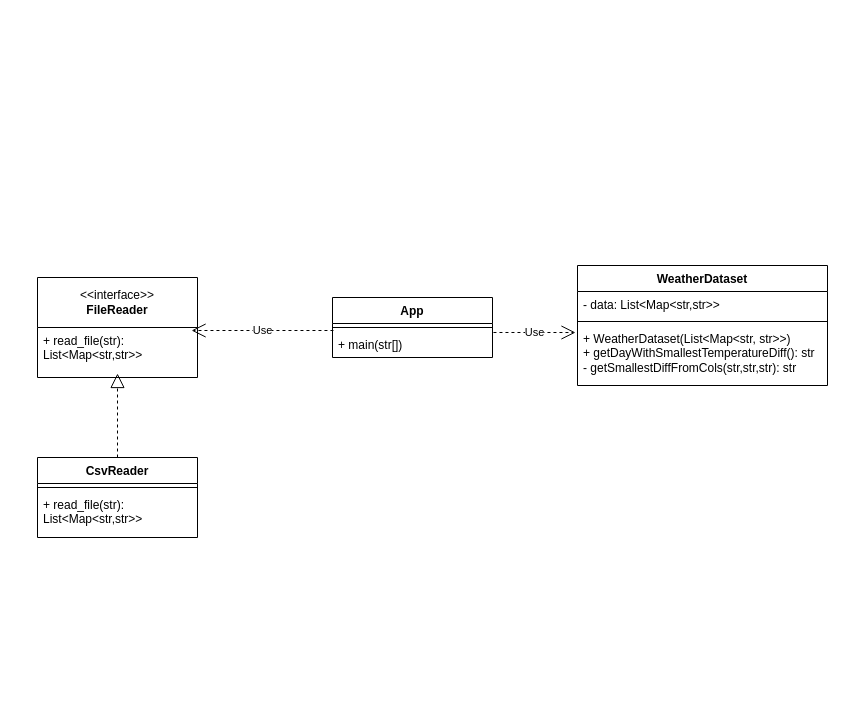
Earlier version of the draw.io diagram Architecture.drawio (Schall18/programming-challenge). Source tidied: cells renumbered, new cells numbered last; positions are measured from the earlier drawing's top-left corner, leaving out a move shared by most shapes. Both pictures are drawn from the tidied source at 100%, with x=0, y=0 at pixel (37, 265).
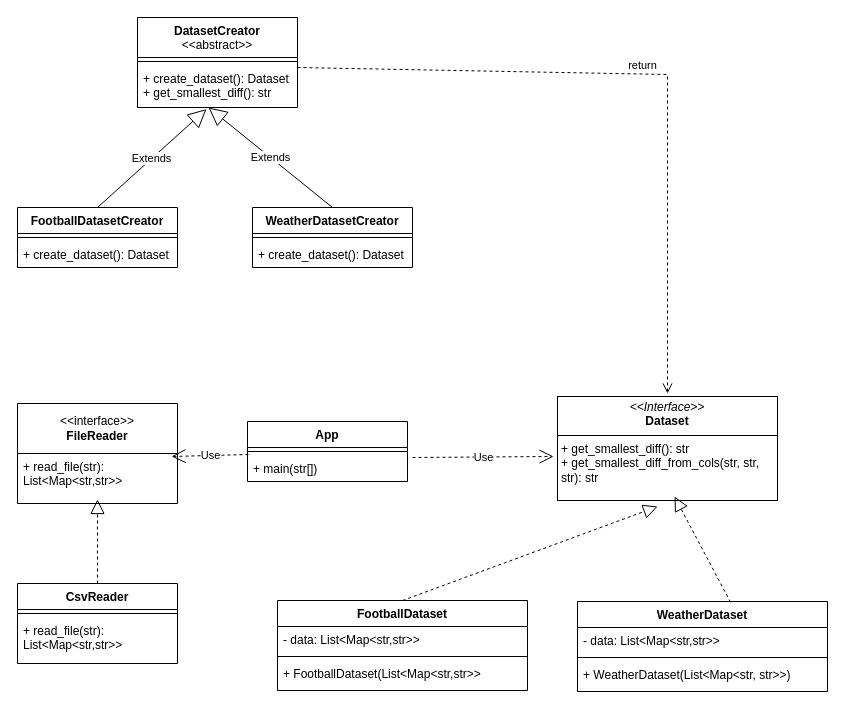
The same diagram, later.

Commit message (it also covers changes not shown here):
doc(football): create architecture diagram for new requirements

The change refers to these unchanged cells:
```xml
<mxCell id="4" value="+ main(str[])" style="text;strokeColor=none;fillColor=none;align=left;verticalAlign=top;spacingLeft=4;spacingRight=4;overflow=hidden;points=[[0,0.5],[1,0.5]];portConstraint=eastwest;whiteSpace=wrap;html=1;" parent="2" vertex="1">
  <mxGeometry y="34" width="160" height="26" as="geometry" />
</mxCell>
```

Change to the diagram source:
```diff
@@
     <mxCell id="2" value="App" style="swimlane;fontStyle=1;align=center;verticalAlign=top;horizontal=1;startSize=26;whiteSpace=wrap;html=1;" parent="1" vertex="1">
-      <mxGeometry x="295" y="32" width="160" height="60" as="geometry" />
+      <mxGeometry x="210" y="156" width="160" height="60" as="geometry" />
     </mxCell>
@@
-    <mxCell id="5" value="Use" style="endArrow=open;endSize=12;dashed=1;html=1;rounded=0;exitX=1.006;exitY=0.038;exitDx=0;exitDy=0;exitPerimeter=0;entryX=-0.008;entryY=0.117;entryDx=0;entryDy=0;entryPerimeter=0;" parent="1" edge="1" source="4" target="13">
-      <mxGeometry relative="1" as="geometry" />
-    </mxCell>
     <mxCell id="6" value="CsvReader" style="swimlane;fontStyle=1;align=center;verticalAlign=top;horizontal=1;startSize=26;whiteSpace=wrap;html=1;" parent="1" vertex="1">
-      <mxGeometry y="192" width="160" height="80" as="geometry" />
+      <mxGeometry x="-20" y="318" width="160" height="80" as="geometry" />
     </mxCell>
@@
     <mxCell id="10" value="WeatherDataset" style="swimlane;fontStyle=1;align=center;verticalAlign=top;horizontal=1;startSize=26;whiteSpace=wrap;html=1;" parent="1" vertex="1">
-      <mxGeometry x="540" width="250" height="120" as="geometry" />
+      <mxGeometry x="540" y="336" width="250" height="90" as="geometry" />
     </mxCell>
@@
-    <mxCell id="13" value="+ WeatherDataset(List&amp;lt;Map&amp;lt;str, str&amp;gt;&amp;gt;)&lt;div&gt;+ getDayWithSmallestTemperatureDiff(): str&lt;/div&gt;&lt;div&gt;- getSmallestDiffFromCols(str,str,str): str&lt;/div&gt;" style="text;strokeColor=none;fillColor=none;align=left;verticalAlign=top;spacingLeft=4;spacingRight=4;overflow=hidden;points=[[0,0.5],[1,0.5]];portConstraint=eastwest;whiteSpace=wrap;html=1;" parent="10" vertex="1">
-      <mxGeometry y="60" width="250" height="60" as="geometry" />
+    <mxCell id="13" value="+ WeatherDataset(List&amp;lt;Map&amp;lt;str, str&amp;gt;&amp;gt;)" style="text;strokeColor=none;fillColor=none;align=left;verticalAlign=top;spacingLeft=4;spacingRight=4;overflow=hidden;points=[[0,0.5],[1,0.5]];portConstraint=eastwest;whiteSpace=wrap;html=1;" parent="10" vertex="1">
+      <mxGeometry y="60" width="250" height="30" as="geometry" />
     </mxCell>
     <mxCell id="14" value="&amp;lt;&amp;lt;interface&amp;gt;&amp;gt;&lt;div&gt;&lt;b&gt;FileReader&lt;/b&gt;&lt;/div&gt;" style="swimlane;fontStyle=0;horizontal=1;startSize=50;fillColor=none;whiteSpace=wrap;html=1;" parent="1" vertex="1">
-      <mxGeometry y="12" width="160" height="100" as="geometry" />
+      <mxGeometry x="-20" y="138" width="160" height="100" as="geometry" />
     </mxCell>
@@
+    <mxCell id="17" value="DatasetCreator&lt;div&gt;&lt;span style=&quot;font-weight: 400;&quot;&gt;&amp;lt;&amp;lt;abstract&amp;gt;&amp;gt;&lt;/span&gt;&lt;/div&gt;" style="swimlane;fontStyle=1;align=center;verticalAlign=top;horizontal=1;startSize=40;whiteSpace=wrap;html=1;" parent="1" vertex="1">
+      <mxGeometry x="100" y="-248" width="160" height="90" as="geometry" />
+    </mxCell>
+    <mxCell id="18" style="line;strokeWidth=1;fillColor=none;align=left;verticalAlign=middle;spacingTop=-1;spacingLeft=3;spacingRight=3;labelPosition=right;strokeColor=inherit;" parent="17" vertex="1">
+      <mxGeometry y="40" width="160" height="8" as="geometry" />
+    </mxCell>
+    <mxCell id="19" value="+ create_dataset(): Dataset&lt;div&gt;+ get_smallest_diff(): str&lt;/div&gt;" style="text;strokeColor=none;fillColor=none;align=left;verticalAlign=top;spacingLeft=4;spacingRight=4;overflow=hidden;points=[[0,0.5],[1,0.5]];portConstraint=eastwest;whiteSpace=wrap;html=1;" parent="17" vertex="1">
+      <mxGeometry y="48" width="160" height="42" as="geometry" />
+    </mxCell>
+    <mxCell id="20" value="FootballDataset" style="swimlane;fontStyle=1;align=center;verticalAlign=top;horizontal=1;startSize=26;whiteSpace=wrap;html=1;" parent="1" vertex="1">
+      <mxGeometry x="240" y="335" width="250" height="90" as="geometry" />
+    </mxCell>
+    <mxCell id="21" value="- data: List&amp;lt;Map&amp;lt;str,str&amp;gt;&amp;gt;" style="text;strokeColor=none;fillColor=none;align=left;verticalAlign=top;spacingLeft=4;spacingRight=4;overflow=hidden;whiteSpace=wrap;html=1;" parent="20" vertex="1">
+      <mxGeometry y="26" width="250" height="26" as="geometry" />
+    </mxCell>
+    <mxCell id="22" style="line;strokeWidth=1;fillColor=none;align=left;verticalAlign=middle;spacingTop=-1;spacingLeft=3;spacingRight=3;labelPosition=right;strokeColor=inherit;" parent="20" vertex="1">
+      <mxGeometry y="52" width="250" height="8" as="geometry" />
+    </mxCell>
+    <mxCell id="23" value="+ FootballDataset(List&amp;lt;Map&amp;lt;str,str&amp;gt;&amp;gt;" style="text;strokeColor=none;fillColor=none;align=left;verticalAlign=top;spacingLeft=4;spacingRight=4;overflow=hidden;whiteSpace=wrap;html=1;" parent="20" vertex="1">
+      <mxGeometry y="60" width="250" height="30" as="geometry" />
+    </mxCell>
+    <mxCell id="24" value="FootballDatasetCreator" style="swimlane;fontStyle=1;align=center;verticalAlign=top;horizontal=1;startSize=26;whiteSpace=wrap;html=1;" parent="1" vertex="1">
+      <mxGeometry x="-20" y="-58" width="160" height="60" as="geometry" />
+    </mxCell>
+    <mxCell id="25" style="line;strokeWidth=1;fillColor=none;align=left;verticalAlign=middle;spacingTop=-1;spacingLeft=3;spacingRight=3;labelPosition=right;strokeColor=inherit;" parent="24" vertex="1">
+      <mxGeometry y="26" width="160" height="8" as="geometry" />
+    </mxCell>
+    <mxCell id="26" value="+ create_dataset(): Dataset" style="text;strokeColor=none;fillColor=none;align=left;verticalAlign=top;spacingLeft=4;spacingRight=4;overflow=hidden;whiteSpace=wrap;html=1;" parent="24" vertex="1">
+      <mxGeometry y="34" width="160" height="26" as="geometry" />
+    </mxCell>
+    <mxCell id="27" value="WeatherDatasetCreator" style="swimlane;fontStyle=1;align=center;verticalAlign=top;horizontal=1;startSize=26;whiteSpace=wrap;html=1;" parent="1" vertex="1">
+      <mxGeometry x="215" y="-58" width="160" height="60" as="geometry" />
+    </mxCell>
+    <mxCell id="28" style="line;strokeWidth=1;fillColor=none;align=left;verticalAlign=middle;spacingTop=-1;spacingLeft=3;spacingRight=3;labelPosition=right;strokeColor=inherit;" parent="27" vertex="1">
+      <mxGeometry y="26" width="160" height="8" as="geometry" />
+    </mxCell>
+    <mxCell id="29" value="+ create_dataset(): Dataset" style="text;strokeColor=none;fillColor=none;align=left;verticalAlign=top;spacingLeft=4;spacingRight=4;overflow=hidden;whiteSpace=wrap;html=1;" parent="27" vertex="1">
+      <mxGeometry y="34" width="160" height="26" as="geometry" />
+    </mxCell>
+    <mxCell id="30" value="Extends" style="endArrow=block;endSize=16;endFill=0;html=1;rounded=0;exitX=0.5;exitY=0;exitDx=0;exitDy=0;entryX=0.431;entryY=1.038;entryDx=0;entryDy=0;entryPerimeter=0;" parent="1" edge="1" source="24" target="19">
+      <mxGeometry relative="1" as="geometry" />
+    </mxCell>
+    <mxCell id="31" value="Extends" style="endArrow=block;endSize=16;endFill=0;html=1;rounded=0;exitX=0.5;exitY=0;exitDx=0;exitDy=0;entryX=0.444;entryY=1;entryDx=0;entryDy=0;entryPerimeter=0;" parent="1" edge="1" source="27" target="19">
+      <mxGeometry relative="1" as="geometry" />
+    </mxCell>
+    <mxCell id="32" value="&lt;p style=&quot;margin:0px;margin-top:4px;text-align:center;&quot;&gt;&lt;i&gt;&amp;lt;&amp;lt;Interface&amp;gt;&amp;gt;&lt;/i&gt;&lt;br&gt;&lt;b&gt;Dataset&lt;/b&gt;&lt;/p&gt;&lt;hr size=&quot;1&quot; style=&quot;border-style:solid;&quot;&gt;&lt;p style=&quot;margin:0px;margin-left:4px;&quot;&gt;&lt;span style=&quot;background-color: transparent; color: light-dark(rgb(0, 0, 0), rgb(255, 255, 255));&quot;&gt;+ get_smallest_diff(): str&lt;/span&gt;&lt;/p&gt;&lt;p style=&quot;margin:0px;margin-left:4px;&quot;&gt;+ get_smallest_diff_from_cols(str, str, str): str&lt;/p&gt;" style="verticalAlign=top;align=left;overflow=fill;html=1;whiteSpace=wrap;" parent="1" vertex="1">
+      <mxGeometry x="520" y="131" width="220" height="104" as="geometry" />
+    </mxCell>
+    <mxCell id="5" value="Use" style="endArrow=open;endSize=12;dashed=1;html=1;rounded=0;exitX=1.031;exitY=0.077;exitDx=0;exitDy=0;exitPerimeter=0;entryX=-0.018;entryY=0.577;entryDx=0;entryDy=0;entryPerimeter=0;" parent="1" edge="1" source="4" target="32">
+      <mxGeometry relative="1" as="geometry" />
+    </mxCell>
+    <mxCell id="33" style="endArrow=block;dashed=1;endFill=0;endSize=12;html=1;rounded=0;exitX=0.5;exitY=0;exitDx=0;exitDy=0;entryX=0.455;entryY=1.058;entryDx=0;entryDy=0;entryPerimeter=0;" parent="1" edge="1" source="20" target="32">
+      <mxGeometry relative="1" as="geometry" />
+    </mxCell>
+    <mxCell id="34" style="endArrow=block;dashed=1;endFill=0;endSize=12;html=1;rounded=0;exitX=0.612;exitY=0.008;exitDx=0;exitDy=0;exitPerimeter=0;entryX=0.532;entryY=0.962;entryDx=0;entryDy=0;entryPerimeter=0;" parent="1" edge="1" source="10" target="32">
+      <mxGeometry relative="1" as="geometry" />
+    </mxCell>
+    <mxCell id="35" value="return" style="html=1;verticalAlign=bottom;endArrow=open;dashed=1;endSize=8;curved=0;rounded=0;entryX=0.5;entryY=0;entryDx=0;entryDy=0;exitX=1;exitY=0.5;exitDx=0;exitDy=0;" parent="1" edge="1">
+      <mxGeometry relative="1" as="geometry">
+        <mxPoint x="260" y="-198" as="sourcePoint" />
+        <mxPoint x="630" y="128" as="targetPoint" />
+        <Array as="points">
+          <mxPoint x="630" y="-191" />
+        </Array>
+      </mxGeometry>
+    </mxCell>
```
